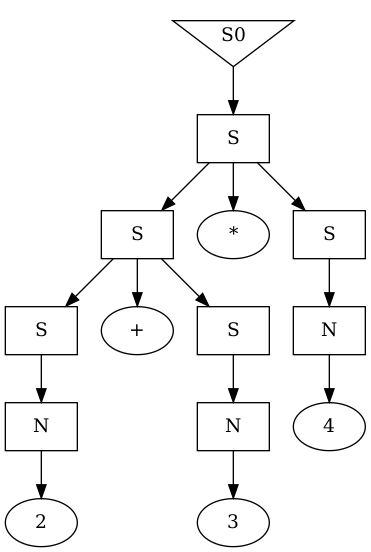
The Graphviz diagram example.png in AmberThrall/context-free-js, before a commit. Its source is kept beside it as example.dot. Its diagram source:
```dot
digraph g {
    root [label="S0", shape=invtriangle];
    node0 [label="S", shape=box];
    node1 [label="S", shape=box];
    node2 [label="S", shape=box];
    node3 [label="N", shape=box];
    node4 [label="2", shape=oval];
    node5 [label="+", shape=oval];
    node6 [label="S", shape=box];
    node7 [label="N", shape=box];
    node8 [label="3", shape=oval];
    node9 [label="*", shape=oval];
    node10 [label="S", shape=box];
    node11 [label="N", shape=box];
    node12 [label="4", shape=oval];

    root -> node0;
    node0 -> node1;
    node1 -> node2;
    node2 -> node3;
    node3 -> node4;
    node1 -> node5;
    node1 -> node6;
    node6 -> node7;
    node7 -> node8;
    node0 -> node9;
    node0 -> node10;
    node10 -> node11;
    node11 -> node12;
}
```
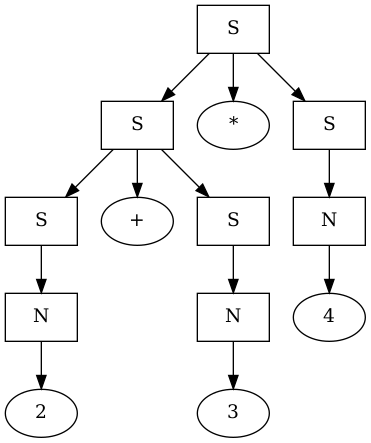
The same diagram one commit later.

Diff of the diagram source:
```diff
@@ -1,30 +1,28 @@
 digraph g {
-    root [label="S0", shape=invtriangle];
+    root [label="S", shape=box];
     node0 [label="S", shape=box];
     node1 [label="S", shape=box];
-    node2 [label="S", shape=box];
-    node3 [label="N", shape=box];
-    node4 [label="2", shape=oval];
-    node5 [label="+", shape=oval];
-    node6 [label="S", shape=box];
-    node7 [label="N", shape=box];
-    node8 [label="3", shape=oval];
-    node9 [label="*", shape=oval];
-    node10 [label="S", shape=box];
-    node11 [label="N", shape=box];
-    node12 [label="4", shape=oval];
+    node2 [label="N", shape=box];
+    node3 [label="2", shape=oval];
+    node4 [label="+", shape=oval];
+    node5 [label="S", shape=box];
+    node6 [label="N", shape=box];
+    node7 [label="3", shape=oval];
+    node8 [label="*", shape=oval];
+    node9 [label="S", shape=box];
+    node10 [label="N", shape=box];
+    node11 [label="4", shape=oval];
 
     root -> node0;
     node0 -> node1;
     node1 -> node2;
     node2 -> node3;
-    node3 -> node4;
-    node1 -> node5;
-    node1 -> node6;
+    node0 -> node4;
+    node0 -> node5;
+    node5 -> node6;
     node6 -> node7;
-    node7 -> node8;
-    node0 -> node9;
-    node0 -> node10;
+    root -> node8;
+    root -> node9;
+    node9 -> node10;
     node10 -> node11;
-    node11 -> node12;
 }
```
